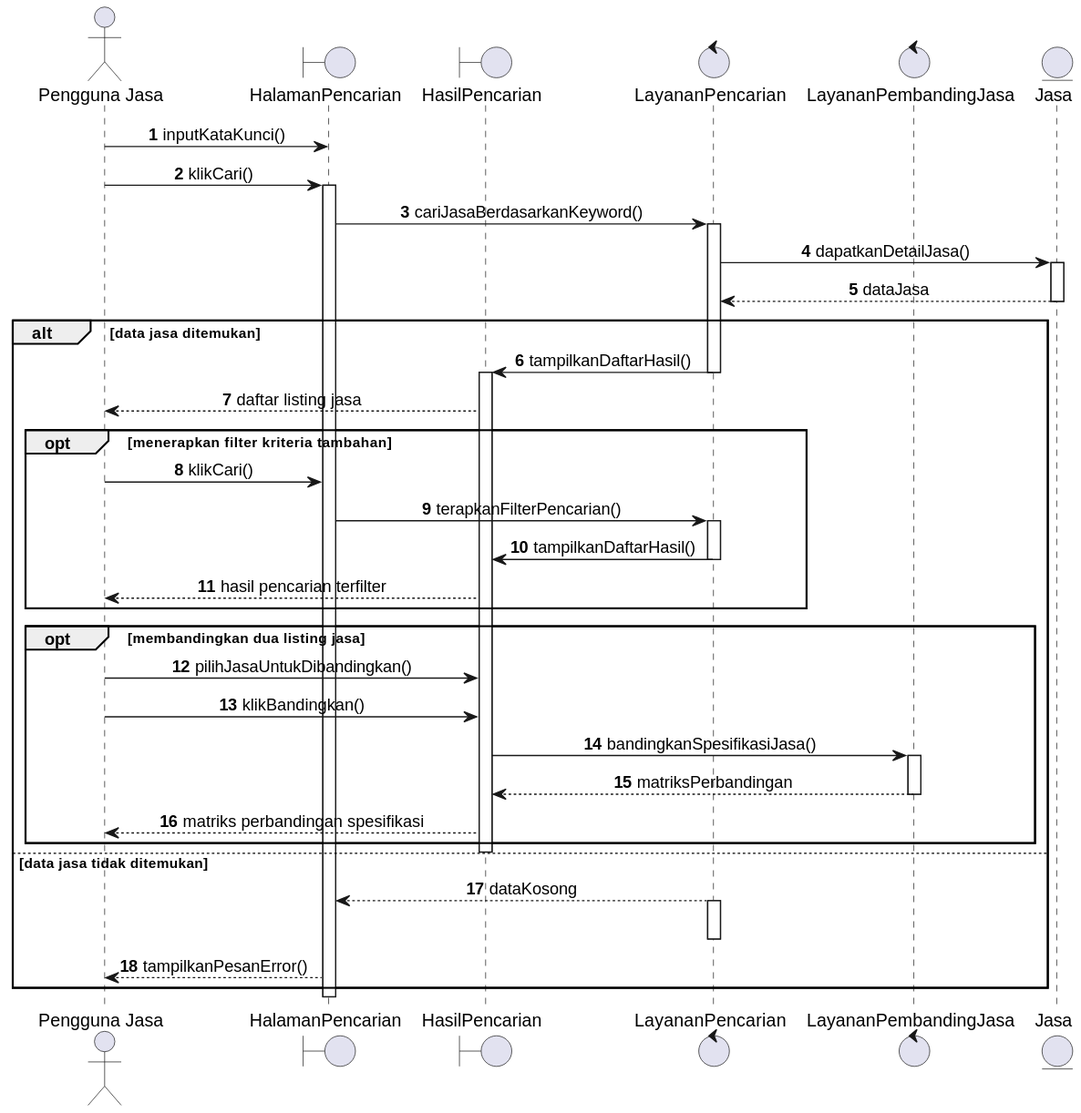
Before: docs/M7/assets/diagram/diagram-uc5.svg, a diagram exported from PlantUML (EdwTorch/IF2150-RPL-K01-G03).
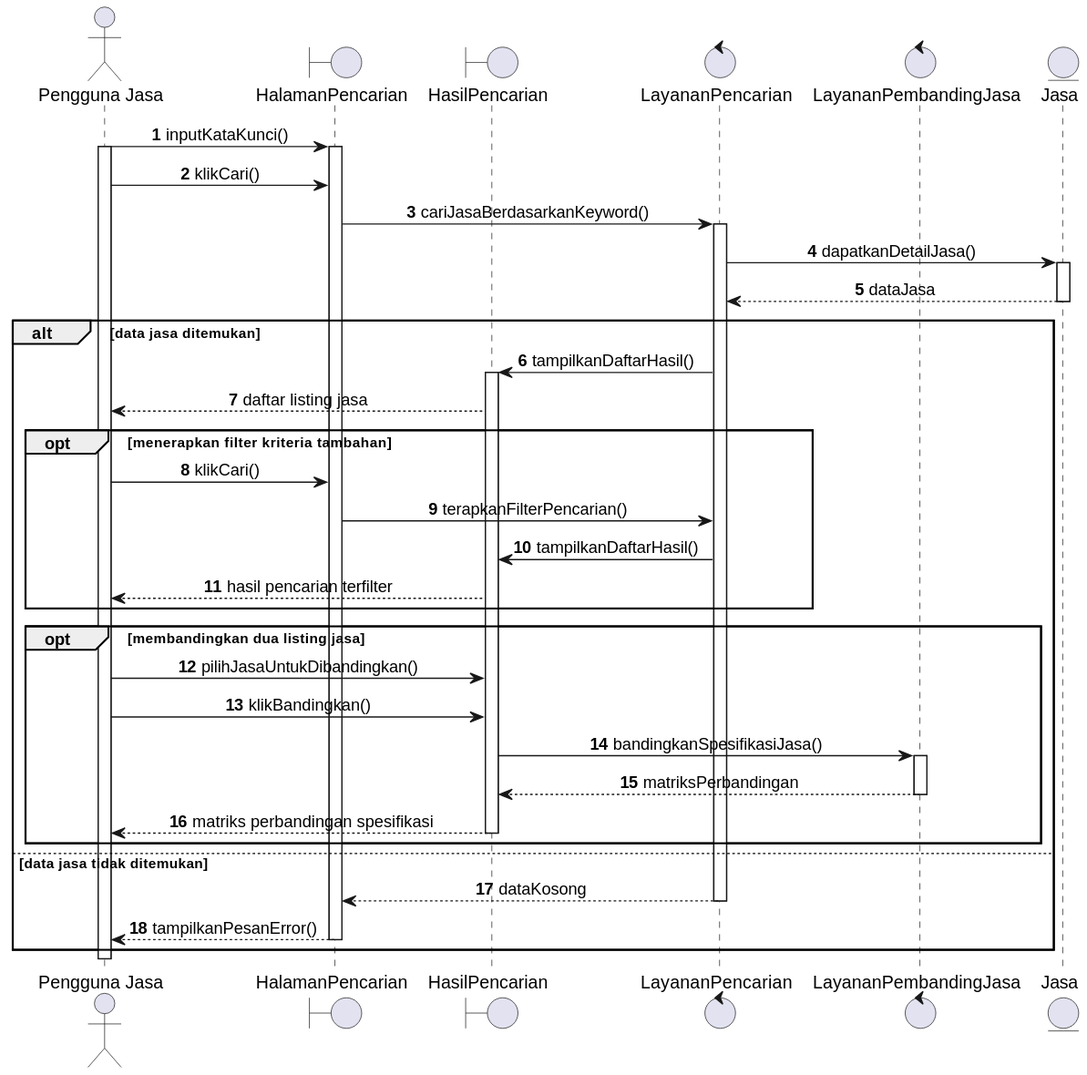
After the change.

Commit message:
refactor: revisi sequence diagram

What changed in the source:
```diff
@@ -10,8 +10,9 @@
 entity "Jasa" as Jasa
 
 PJ -> HalCari : inputKataKunci()
+activate PJ
+activate HalCari
 PJ -> HalCari : klikCari()
-activate HalCari
 
 HalCari -> LayananCari : cariJasaBerdasarkanKeyword()
 activate LayananCari
@@ -23,16 +24,13 @@
 
 alt data jasa ditemukan
     LayananCari -> HalHasil : tampilkanDaftarHasil()
-    deactivate LayananCari
     activate HalHasil
     HalHasil --> PJ : daftar listing jasa
 
     opt menerapkan filter kriteria tambahan
         PJ -> HalCari : klikCari()
         HalCari -> LayananCari : terapkanFilterPencarian()
-        activate LayananCari
         LayananCari -> HalHasil : tampilkanDaftarHasil()
-        deactivate LayananCari
         HalHasil --> PJ : hasil pencarian terfilter
     end
 
@@ -44,14 +42,13 @@
         LayananBanding --> HalHasil : matriksPerbandingan
         deactivate LayananBanding
         HalHasil --> PJ : matriks perbandingan spesifikasi
+        deactivate HalHasil
     end
-    deactivate HalHasil
 else data jasa tidak ditemukan
     LayananCari --> HalCari : dataKosong
-    activate LayananCari
     deactivate LayananCari
     HalCari --> PJ : tampilkanPesanError()
+    deactivate HalCari
 end
-
-deactivate HalCari
+deactivate PJ
 @enduml
```
